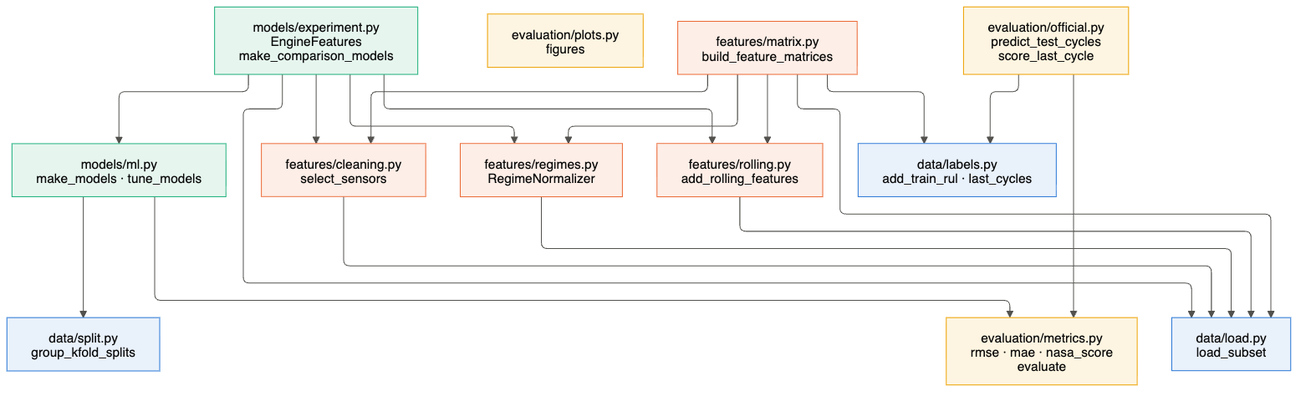
The Mermaid diagram docs/architecture/png/02-package-modules.png in vks-g/cmapss-rul-hybrid, before a commit. Its source is kept beside it as docs/architecture/src/02-package-modules.mmd. The source it was exported from:
```mermaid
---
config:
  layout: elk
---
flowchart TB
    EXP["models/experiment.py<br/>EngineFeatures<br/>make_comparison_models"]:::models
    OFF["evaluation/official.py<br/>predict_test_cycles<br/>score_last_cycle"]:::evaluation
    MAT["features/matrix.py<br/>build_feature_matrices"]:::features

    ML["models/ml.py<br/>make_models · tune_models"]:::models
    CLN["features/cleaning.py<br/>select_sensors"]:::features
    REG["features/regimes.py<br/>RegimeNormalizer"]:::features
    ROL["features/rolling.py<br/>add_rolling_features"]:::features

    SPL["data/split.py<br/>group_kfold_splits"]:::data
    MET["evaluation/metrics.py<br/>rmse · mae · nasa_score<br/>evaluate"]:::evaluation
    LAB["data/labels.py<br/>add_train_rul · last_cycles"]:::data
    LOAD["data/load.py<br/>load_subset"]:::data
    PLT["evaluation/plots.py<br/>figures"]:::evaluation

    EXP --> ML
    EXP --> CLN
    EXP --> REG
    EXP --> ROL
    EXP --> LOAD
    MAT --> CLN
    MAT --> REG
    MAT --> ROL
    MAT --> LAB
    MAT --> LOAD
    OFF --> LAB
    OFF --> MET
    ML --> SPL
    ML --> MET
    CLN --> LOAD
    REG --> LOAD
    ROL --> LOAD

    classDef data fill:#e9f1fb,stroke:#2a78d6,color:#0b0b0b
    classDef features fill:#fdeee7,stroke:#eb6834,color:#0b0b0b
    classDef models fill:#e6f6ef,stroke:#1baf7a,color:#0b0b0b
    classDef evaluation fill:#fdf5e1,stroke:#eda100,color:#0b0b0b
```
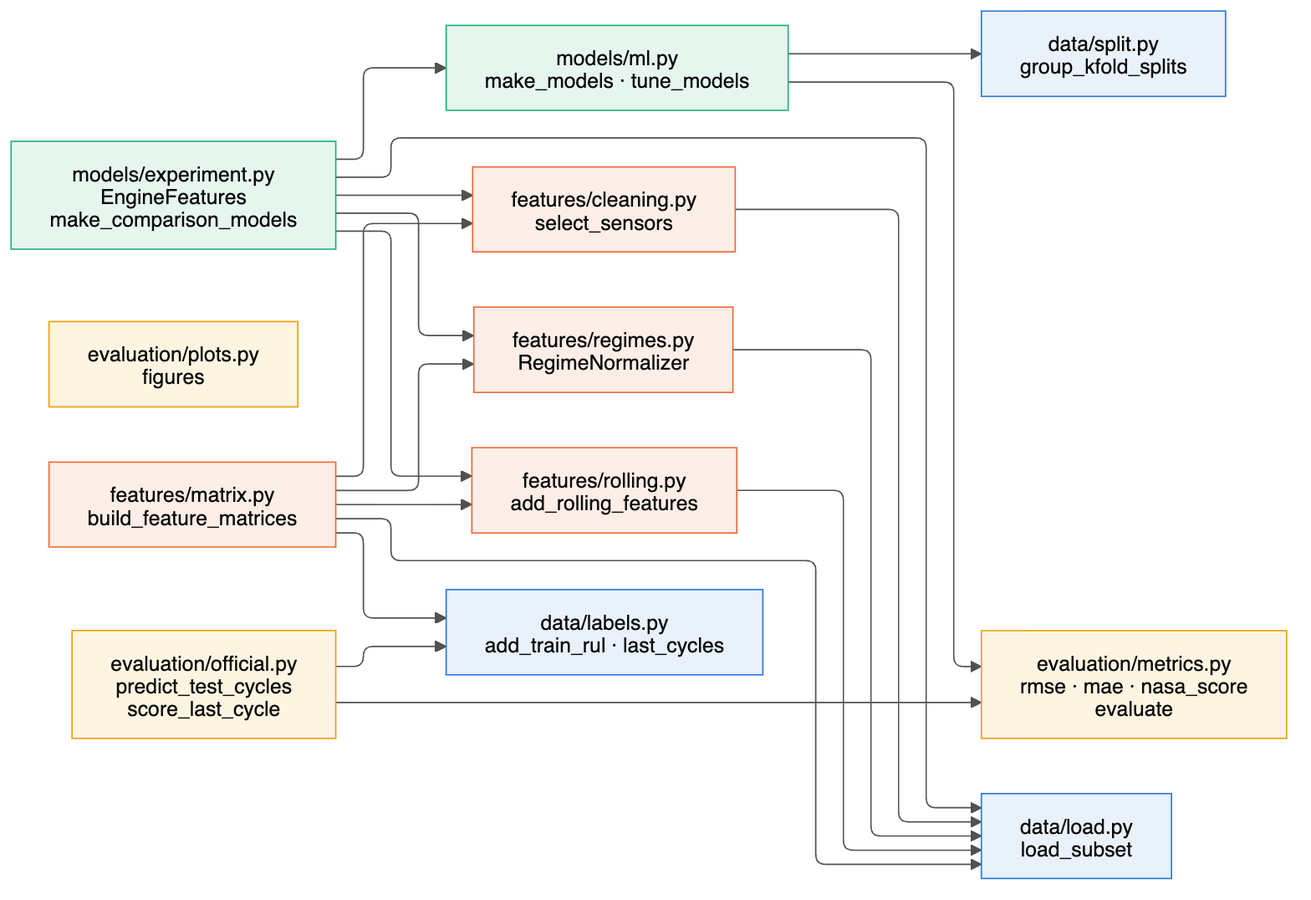
After the commit.

Change to the diagram source:
```diff
@@ -2,7 +2,7 @@
 config:
   layout: elk
 ---
-flowchart TB
+flowchart LR
     EXP["models/experiment.py<br/>EngineFeatures<br/>make_comparison_models"]:::models
     OFF["evaluation/official.py<br/>predict_test_cycles<br/>score_last_cycle"]:::evaluation
     MAT["features/matrix.py<br/>build_feature_matrices"]:::features
```
